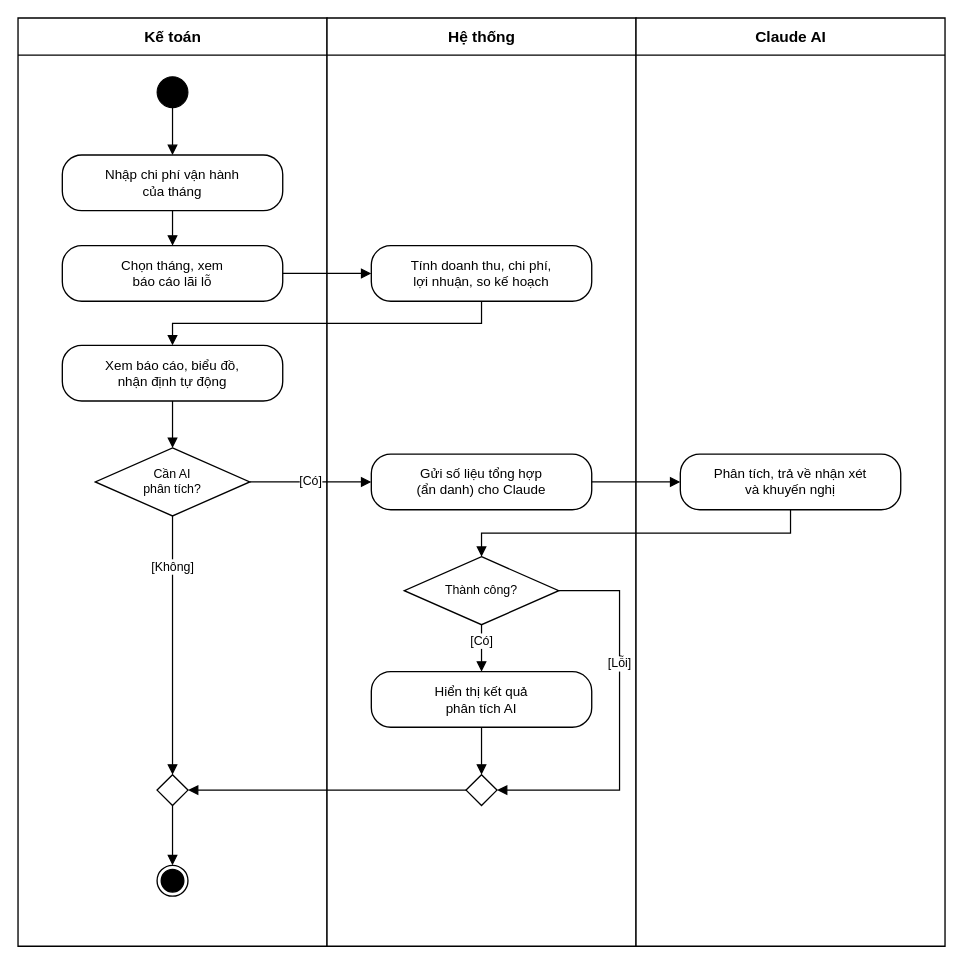
Above: docs/thiet-ke/hd-lai-lo-ai.drawio in ngynquchn2511/beach-hotel (draw.io), before the change. Source tidied: cells renumbered, new cells numbered last; positions are measured from the earlier drawing's top-left corner, leaving out a move shared by most shapes. Both pictures are drawn from the tidied source at 103%, with x=0, y=0 at pixel (18, 18).
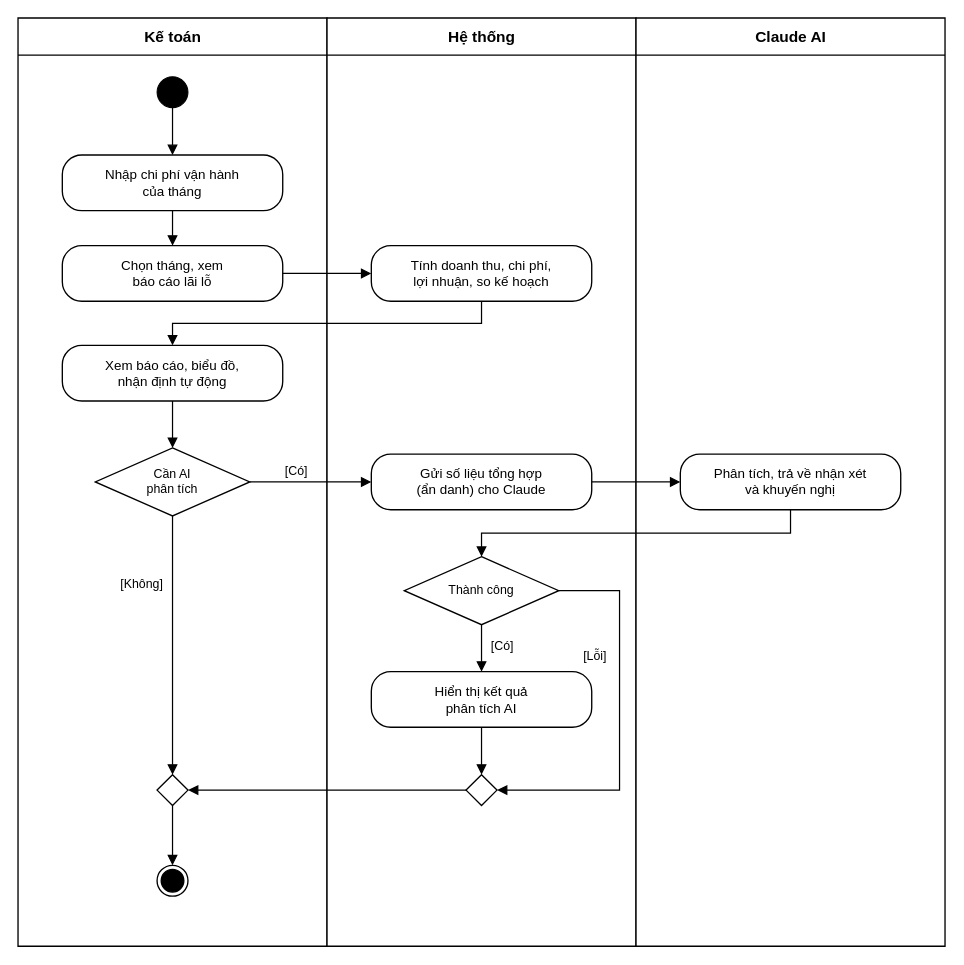
The same page after the edit.

Unchanged cells that the change refers to:
```xml
<mxCell id="11" value="Gửi số liệu tổng hợp&lt;br&gt;(ẩn danh) cho Claude" style="fontFamily=Arial;fontColor=#000000;rounded=1;whiteSpace=wrap;html=1;arcSize=35;fillColor=#FFFFFF;strokeColor=#000000;strokeWidth=1.3;fontSize=13;spacing=6;" parent="1" vertex="1">
  <mxGeometry x="343" y="423.4" width="214" height="54" as="geometry" />
</mxCell>
<mxCell id="14" value="Hiển thị kết quả&lt;br&gt;phân tích AI" style="fontFamily=Arial;fontColor=#000000;rounded=1;whiteSpace=wrap;html=1;arcSize=35;fillColor=#FFFFFF;strokeColor=#000000;strokeWidth=1.3;fontSize=13;spacing=6;" parent="1" vertex="1">
  <mxGeometry x="343" y="634.6" width="214" height="54" as="geometry" />
</mxCell>
<mxCell id="15" style="fontFamily=Arial;fontColor=#000000;rhombus;whiteSpace=wrap;html=1;fillColor=#FFFFFF;strokeColor=#000000;strokeWidth=1.3;fontSize=12;" parent="1" vertex="1">
  <mxGeometry x="435" y="734.6" width="30" height="30" as="geometry" />
</mxCell>
<mxCell id="16" style="fontFamily=Arial;fontColor=#000000;rhombus;whiteSpace=wrap;html=1;fillColor=#FFFFFF;strokeColor=#000000;strokeWidth=1.3;fontSize=12;" parent="1" vertex="1">
  <mxGeometry x="135" y="734.6" width="30" height="30" as="geometry" />
</mxCell>
```

What changed in the source:
```diff
@@
-    <mxCell id="10" value="Cần AI&lt;br&gt;phân tích?" style="fontFamily=Arial;fontColor=#000000;rhombus;whiteSpace=wrap;html=1;fillColor=#FFFFFF;strokeColor=#000000;strokeWidth=1.3;fontSize=12;" parent="1" vertex="1">
+    <mxCell id="10" value="Cần AI&lt;br&gt;phân tích" style="fontFamily=Arial;fontColor=#000000;rhombus;whiteSpace=wrap;html=1;fillColor=#FFFFFF;strokeColor=#000000;strokeWidth=1.3;fontSize=12;" parent="1" vertex="1">
       <mxGeometry x="75" y="417.4" width="150" height="66" as="geometry" />
     </mxCell>
@@
-    <mxCell id="13" value="Thành công?" style="fontFamily=Arial;fontColor=#000000;rhombus;whiteSpace=wrap;html=1;fillColor=#FFFFFF;strokeColor=#000000;strokeWidth=1.3;fontSize=12;" parent="1" vertex="1">
+    <mxCell id="13" value="Thành công" style="fontFamily=Arial;fontColor=#000000;rhombus;whiteSpace=wrap;html=1;fillColor=#FFFFFF;strokeColor=#000000;strokeWidth=1.3;fontSize=12;" parent="1" vertex="1">
       <mxGeometry x="375" y="523" width="150" height="66" as="geometry" />
     </mxCell>
@@
     <mxCell id="23" value="[Có]" style="fontFamily=Arial;fontColor=#000000;edgeStyle=orthogonalEdgeStyle;rounded=0;html=1;endArrow=block;endFill=1;endSize=7;strokeColor=#000000;strokeWidth=1.2;fontSize=12;labelBackgroundColor=#FFFFFF;exitX=1;exitY=0.5;exitDx=0;exitDy=0;entryX=0;entryY=0.5;entryDx=0;entryDy=0;" parent="1" edge="1" source="10" target="11">
-      <mxGeometry relative="1" as="geometry" />
+      <mxGeometry x="-0.24" y="10" relative="1" as="geometry" />
     </mxCell>
@@
     <mxCell id="26" value="[Có]" style="fontFamily=Arial;fontColor=#000000;edgeStyle=orthogonalEdgeStyle;rounded=0;html=1;endArrow=block;endFill=1;endSize=7;strokeColor=#000000;strokeWidth=1.2;fontSize=12;labelBackgroundColor=#FFFFFF;exitX=0.5;exitY=1;exitDx=0;exitDy=0;entryX=0.5;entryY=0;entryDx=0;entryDy=0;" parent="1" edge="1" source="13" target="14">
-      <mxGeometry x="-0.3" relative="1" as="geometry" />
+      <mxGeometry x="-0.08" y="20" relative="1" as="geometry" />
     </mxCell>
     <mxCell id="27" value="[Lỗi]" style="fontFamily=Arial;fontColor=#000000;edgeStyle=orthogonalEdgeStyle;rounded=0;html=1;endArrow=block;endFill=1;endSize=7;strokeColor=#000000;strokeWidth=1.2;fontSize=12;labelBackgroundColor=#FFFFFF;exitX=1;exitY=0.5;exitDx=0;exitDy=0;entryX=1;entryY=0.5;entryDx=0;entryDy=0;" parent="1" edge="1" source="13" target="15">
-      <mxGeometry x="-0.3" relative="1" as="geometry">
+      <mxGeometry x="-0.34" y="-24" relative="1" as="geometry">
         <Array as="points">
           <mxPoint x="584" y="556" />
           <mxPoint x="584" y="749.6" />
         </Array>
       </mxGeometry>
     </mxCell>
@@
     <mxCell id="30" value="[Không]" style="fontFamily=Arial;fontColor=#000000;edgeStyle=orthogonalEdgeStyle;rounded=0;html=1;endArrow=block;endFill=1;endSize=7;strokeColor=#000000;strokeWidth=1.2;fontSize=12;labelBackgroundColor=#FFFFFF;exitX=0.5;exitY=1;exitDx=0;exitDy=0;entryX=0.5;entryY=0;entryDx=0;entryDy=0;" parent="1" edge="1" source="10" target="16">
-      <mxGeometry x="-0.6" relative="1" as="geometry" />
+      <mxGeometry x="-0.47" y="-30" relative="1" as="geometry" />
     </mxCell>
```
